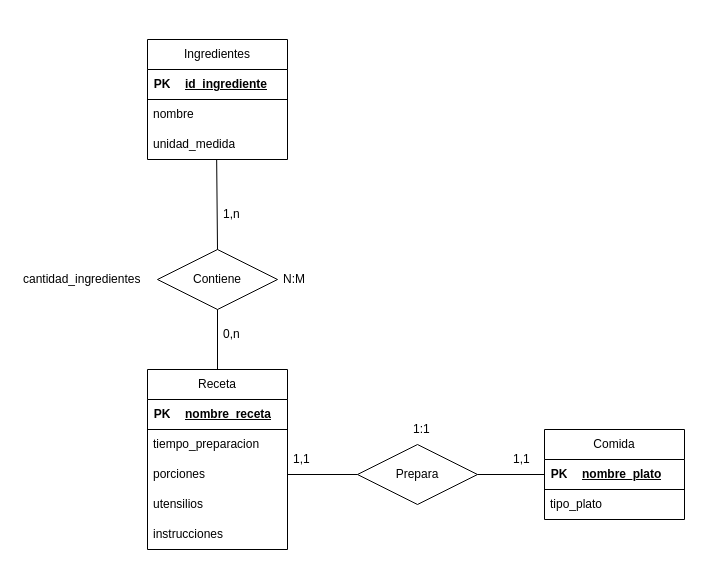
This is Ej09.drawio from Daninuro/diagrames-cvf-dn-mpl-n-11102023, a draw.io file, before an edit. Source tidied: cells renumbered, new cells numbered last; positions are measured from the earlier drawing's top-left corner, leaving out a move shared by most shapes. Both pictures are drawn from the tidied source at 100%, with x=0, y=0 at pixel (17, 39).
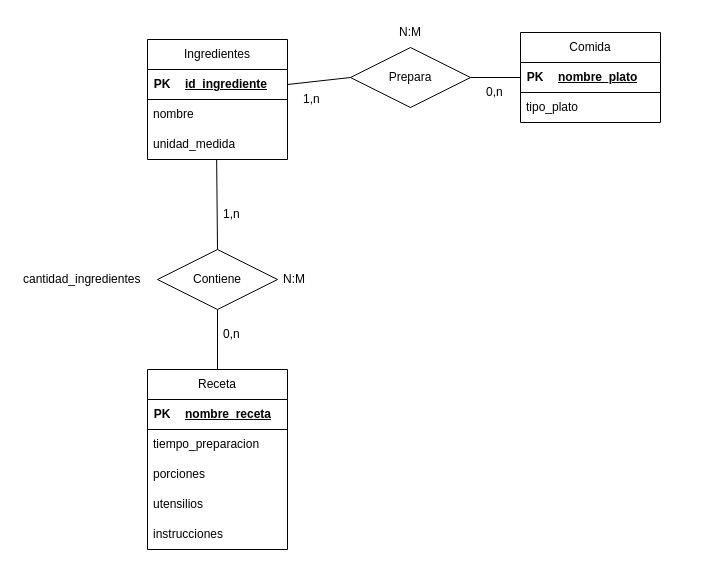
The same diagram, later.

Unchanged cells that the change refers to:
```xml
<mxCell id="8" value="porciones" style="text;strokeColor=none;fillColor=none;align=left;verticalAlign=middle;spacingLeft=4;spacingRight=4;overflow=hidden;points=[[0,0.5],[1,0.5]];portConstraint=eastwest;whiteSpace=wrap;html=1;" parent="2" vertex="1">
  <mxGeometry y="90" width="140" height="30" as="geometry" />
</mxCell>
<mxCell id="13" style="shape=tableRow;horizontal=0;startSize=0;swimlaneHead=0;swimlaneBody=0;fillColor=none;points=[[0,0.5],[1,0.5]];portConstraint=eastwest;top=0;left=0;right=0;bottom=1;" parent="12" vertex="1">
  <mxGeometry width="140" height="30" as="geometry" />
</mxCell>
<mxCell id="20" style="shape=tableRow;horizontal=0;startSize=0;swimlaneHead=0;swimlaneBody=0;fillColor=none;points=[[0,0.5],[1,0.5]];portConstraint=eastwest;top=0;left=0;right=0;bottom=1;" parent="19" vertex="1">
  <mxGeometry width="140" height="30" as="geometry" />
</mxCell>
```

Diff of the diagram source:
```diff
@@
     <mxCell id="18" value="Comida" style="swimlane;fontStyle=0;horizontal=1;startSize=30;whiteSpace=wrap;html=1;" parent="1" vertex="1">
-      <mxGeometry x="527" y="390" width="140" height="90" as="geometry" />
+      <mxGeometry x="503" y="-7" width="140" height="90" as="geometry" />
     </mxCell>
@@
     <mxCell id="30" value="Prepara" style="shape=rhombus;perimeter=rhombusPerimeter;whiteSpace=wrap;html=1;align=center;" parent="1" vertex="1">
-      <mxGeometry x="340" y="405" width="120" height="60" as="geometry" />
+      <mxGeometry x="333" y="8" width="120" height="60" as="geometry" />
     </mxCell>
-    <mxCell id="31" style="endArrow=none;html=1;rounded=0;entryX=1;entryY=0.5;entryDx=0;entryDy=0;exitX=0;exitY=0.5;exitDx=0;exitDy=0;" parent="1" edge="1" source="30" target="8">
+    <mxCell id="31" style="endArrow=none;html=1;rounded=0;entryX=1;entryY=0.5;entryDx=0;entryDy=0;exitX=0;exitY=0.5;exitDx=0;exitDy=0;" parent="1" edge="1" source="30" target="13">
       <mxGeometry relative="1" as="geometry" />
     </mxCell>
-    <mxCell id="32" style="endArrow=none;html=1;rounded=0;entryX=0;entryY=0.5;entryDx=0;entryDy=0;exitX=1;exitY=0.5;exitDx=0;exitDy=0;" parent="1" edge="1" source="30">
-      <mxGeometry relative="1" as="geometry">
-        <mxPoint x="527" y="435" as="targetPoint" />
-      </mxGeometry>
+    <mxCell id="32" style="endArrow=none;html=1;rounded=0;entryX=0;entryY=0.5;entryDx=0;entryDy=0;exitX=1;exitY=0.5;exitDx=0;exitDy=0;" parent="1" edge="1" source="30" target="20">
+      <mxGeometry relative="1" as="geometry" />
     </mxCell>
-    <mxCell id="33" value="1,1" style="text;strokeColor=none;fillColor=none;align=left;verticalAlign=middle;spacingLeft=4;spacingRight=4;overflow=hidden;whiteSpace=wrap;html=1;" parent="1" vertex="1">
-      <mxGeometry x="270" y="405" width="140" height="30" as="geometry" />
+    <mxCell id="33" value="1,n" style="text;strokeColor=none;fillColor=none;align=left;verticalAlign=middle;spacingLeft=4;spacingRight=4;overflow=hidden;whiteSpace=wrap;html=1;" parent="1" vertex="1">
+      <mxGeometry x="280" y="45" width="140" height="30" as="geometry" />
     </mxCell>
-    <mxCell id="34" value="1,1" style="text;strokeColor=none;fillColor=none;align=left;verticalAlign=middle;spacingLeft=4;spacingRight=4;overflow=hidden;whiteSpace=wrap;html=1;" parent="1" vertex="1">
-      <mxGeometry x="490" y="405" width="37" height="30" as="geometry" />
+    <mxCell id="34" value="0,n" style="text;strokeColor=none;fillColor=none;align=left;verticalAlign=middle;spacingLeft=4;spacingRight=4;overflow=hidden;whiteSpace=wrap;html=1;" parent="1" vertex="1">
+      <mxGeometry x="463" y="38" width="37" height="30" as="geometry" />
     </mxCell>
-    <mxCell id="35" value="1:1" style="text;strokeColor=none;fillColor=none;align=left;verticalAlign=middle;spacingLeft=4;spacingRight=4;overflow=hidden;whiteSpace=wrap;html=1;" parent="1" vertex="1">
-      <mxGeometry x="390" y="375" width="50" height="30" as="geometry" />
+    <mxCell id="35" value="N:M" style="text;strokeColor=none;fillColor=none;align=left;verticalAlign=middle;spacingLeft=4;spacingRight=4;overflow=hidden;whiteSpace=wrap;html=1;" parent="1" vertex="1">
+      <mxGeometry x="376" y="-22" width="50" height="30" as="geometry" />
     </mxCell>
```
